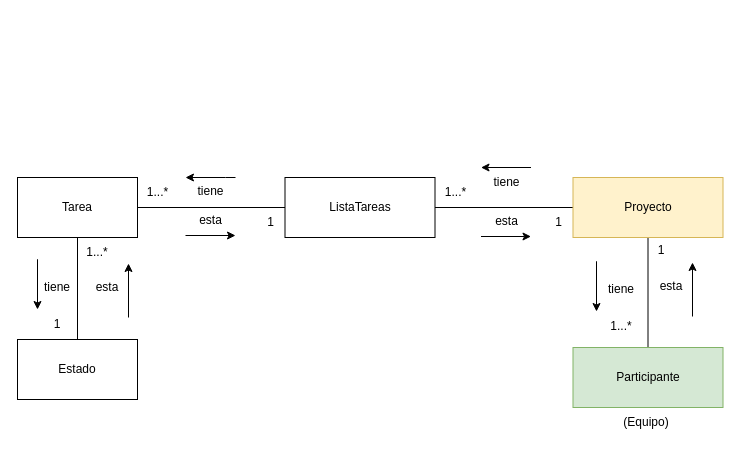
Earlier version of the draw.io diagram page "AnemicModelProjects" (3 of 13) of CoTasker_BoundedContext.drawio (Migue1409-KP/DOO-working-group). Source tidied: cells renumbered, new cells numbered last; positions are measured from the earlier drawing's top-left corner, leaving out a move shared by most shapes. Both pictures are drawn from the tidied source at 100%, with x=0, y=0 at pixel (17, 167).
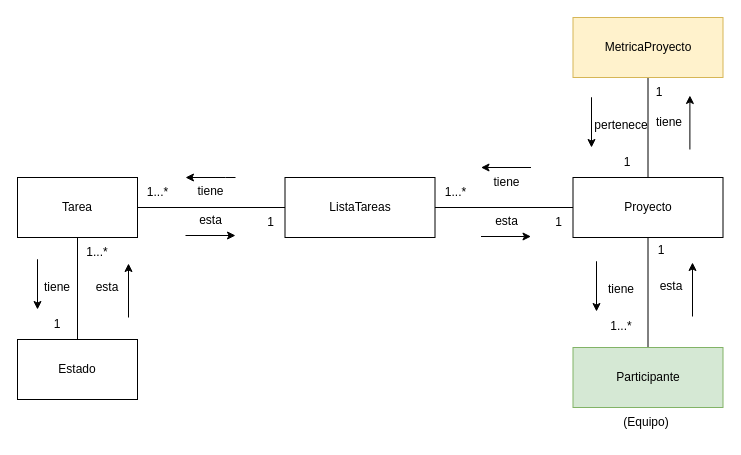
Above is the later version.

Change to the diagram source:
```diff
@@
+    <mxCell id="36" style="edgeStyle=orthogonalEdgeStyle;rounded=0;jettySize=auto;html=1;endArrow=none;endFill=0;" parent="1" edge="1" source="4" target="37">
+      <mxGeometry relative="1" as="geometry" />
+    </mxCell>
-    <mxCell id="4" value="Proyecto" style="rounded=0;whiteSpace=wrap;html=1;fillColor=#fff2cc;strokeColor=#d6b656;" parent="1" vertex="1">
+    <mxCell id="4" value="Proyecto" style="rounded=0;whiteSpace=wrap;html=1;" parent="1" vertex="1">
       <mxGeometry x="555.5" y="10" width="150" height="60" as="geometry" />
     </mxCell>
@@
+    <mxCell id="37" value="MetricaProyecto" style="rounded=0;whiteSpace=wrap;html=1;fillColor=#fff2cc;strokeColor=#d6b656;" parent="1" vertex="1">
+      <mxGeometry x="555.5" y="-150" width="150" height="60" as="geometry" />
+    </mxCell>
+    <mxCell id="38" value="tiene" style="text;html=1;strokeColor=none;fillColor=none;align=center;verticalAlign=middle;whiteSpace=wrap;rounded=0;" parent="1" vertex="1">
+      <mxGeometry x="632.4" y="-60" width="40" height="30" as="geometry" />
+    </mxCell>
+    <mxCell id="39" style="endArrow=classic;html=1;rounded=0;exitX=0.75;exitY=1;exitDx=0;exitDy=0;" parent="1" edge="1">
+      <mxGeometry relative="1" as="geometry">
+        <mxPoint x="672.4" y="-18" as="sourcePoint" />
+        <mxPoint x="672.4" y="-72" as="targetPoint" />
+      </mxGeometry>
+    </mxCell>
+    <mxCell id="40" value="1" style="text;html=1;strokeColor=none;fillColor=none;align=center;verticalAlign=middle;whiteSpace=wrap;rounded=0;" parent="1" vertex="1">
+      <mxGeometry x="612.4" y="-90" width="60" height="30" as="geometry" />
+    </mxCell>
+    <mxCell id="41" value="pertenece" style="text;html=1;strokeColor=none;fillColor=none;align=center;verticalAlign=middle;whiteSpace=wrap;rounded=0;" parent="1" vertex="1">
+      <mxGeometry x="574" y="-57" width="60" height="30" as="geometry" />
+    </mxCell>
+    <mxCell id="42" style="endArrow=classic;html=1;rounded=0;" parent="1" edge="1">
+      <mxGeometry relative="1" as="geometry">
+        <mxPoint x="574" y="-30" as="sourcePoint" />
+        <mxPoint x="574" y="-20" as="targetPoint" />
+        <Array as="points">
+          <mxPoint x="574" y="-70" />
+        </Array>
+      </mxGeometry>
+    </mxCell>
+    <mxCell id="43" value="1" style="text;html=1;strokeColor=none;fillColor=none;align=center;verticalAlign=middle;whiteSpace=wrap;rounded=0;" parent="1" vertex="1">
+      <mxGeometry x="580" y="-20" width="60" height="30" as="geometry" />
+    </mxCell>
```
